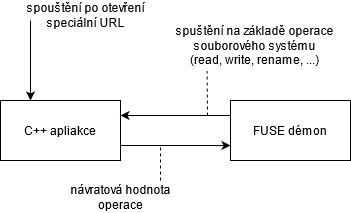
This is other-fig/architecture.png from PlayerBerny12/VUT-IBT, a draw.io export, as it was before one commit. Source tidied: cells renumbered, new cells last; positions are measured from the earlier drawing's top-left corner, leaving out a move shared by most shapes.
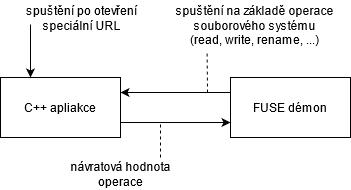
After the change.

Change to the diagram source:
```diff
@@ -10,7 +10,7 @@
     </mxCell>
     <mxCell id="4" style="endArrow=classic;html=1;entryX=0.25;entryY=0;entryDx=0;entryDy=0;" parent="1" edge="1" target="2">
       <mxGeometry relative="1" as="geometry">
-        <mxPoint x="30" y="20" as="sourcePoint" />
+        <mxPoint x="30" y="47" as="sourcePoint" />
       </mxGeometry>
     </mxCell>
     <mxCell id="5" style="endArrow=classic;html=1;entryX=1;entryY=0.25;entryDx=0;entryDy=0;exitX=0;exitY=0.25;exitDx=0;exitDy=0;" parent="1" edge="1" source="3" target="2">
@@ -19,11 +19,11 @@
     <mxCell id="6" style="endArrow=classic;html=1;exitX=1;exitY=0.75;exitDx=0;exitDy=0;entryX=0;entryY=0.75;entryDx=0;entryDy=0;" parent="1" edge="1" source="2" target="3">
       <mxGeometry relative="1" as="geometry" />
     </mxCell>
-    <mxCell id="7" value="&lt;div&gt;spouštění po otevření &lt;br&gt;&lt;/div&gt;&lt;div&gt;speciální URL&lt;/div&gt;" style="text;html=1;align=center;verticalAlign=middle;" parent="1" vertex="1">
-      <mxGeometry x="20" width="130" height="30" as="geometry" />
+    <mxCell id="7" value="&lt;div&gt;spuštění po otevření &lt;br&gt;&lt;/div&gt;&lt;div&gt;speciální URL&lt;/div&gt;" style="text;html=1;align=center;verticalAlign=middle;" parent="1" vertex="1">
+      <mxGeometry x="16" y="26" width="130" height="30" as="geometry" />
     </mxCell>
     <mxCell id="8" value="&lt;div&gt;spuštění na základě operace &lt;br&gt;&lt;/div&gt;&lt;div&gt;souborového systému &lt;br&gt;&lt;/div&gt;&lt;div&gt;(read, write, rename, ...)&lt;/div&gt;" style="text;html=1;align=center;verticalAlign=middle;points=[];" parent="1" vertex="1">
-      <mxGeometry x="169" y="20" width="170" height="50" as="geometry" />
+      <mxGeometry x="169" y="23" width="170" height="50" as="geometry" />
     </mxCell>
     <mxCell id="9" style="endArrow=none;dashed=1;html=1;entryX=0.221;entryY=1.011;entryDx=0;entryDy=0;entryPerimeter=0;" parent="1" edge="1" target="8">
       <mxGeometry relative="1" as="geometry">
```
